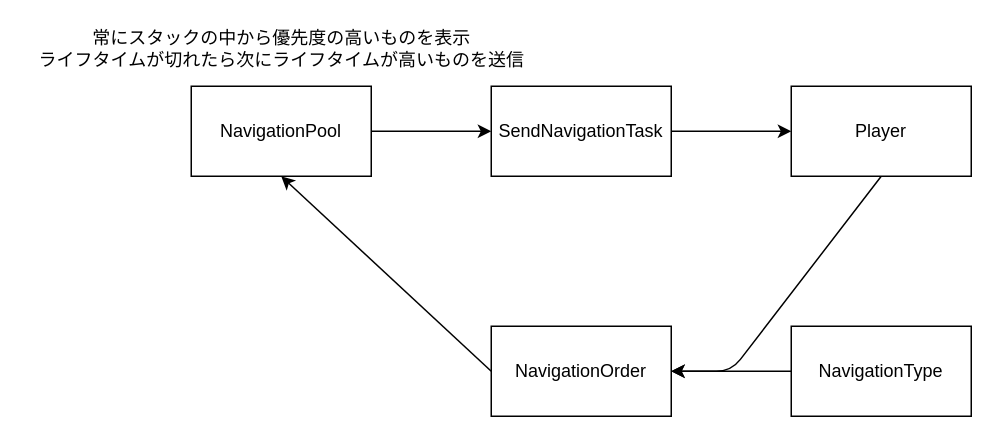
Above: map.dio in FallenDeadNetwork/Navigation (draw.io), before the change. Source tidied: cells renumbered, new cells numbered last; positions are measured from the earlier drawing's top-left corner, leaving out a move shared by most shapes. Both pictures are drawn from the tidied source at 150%, with x=0, y=0 at pixel (26, 26).
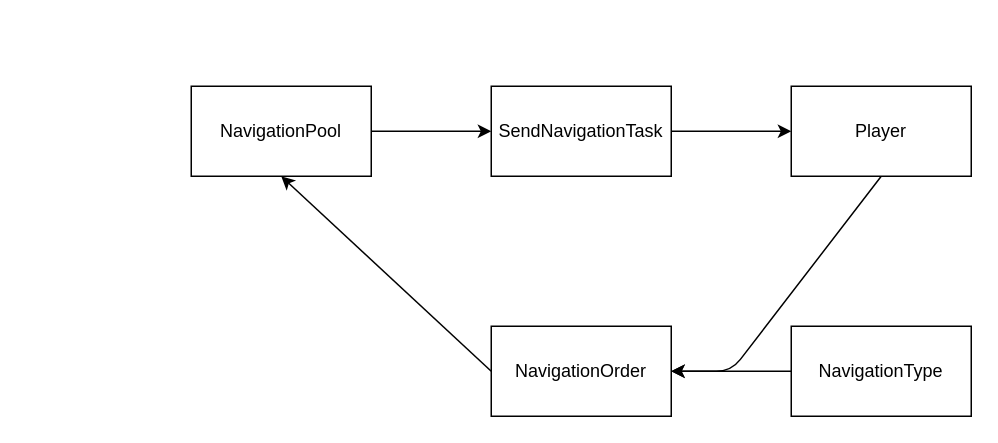
After the change.

What changed in the source:
```diff
@@
 <mxGraphModel>
   <root>
     <mxCell id="0" />
     <mxCell id="1" parent="0" />
     <mxCell id="2" style="edgeStyle=none;html=1;exitX=1;exitY=0.5;exitDx=0;exitDy=0;entryX=0;entryY=0.5;entryDx=0;entryDy=0;" parent="1" edge="1" source="3" target="7">
       <mxGeometry relative="1" as="geometry" />
     </mxCell>
     <mxCell id="3" value="SendNavigationTask" style="whiteSpace=wrap;html=1;" parent="1" vertex="1">
       <mxGeometry x="310" y="40" width="120" height="60" as="geometry" />
     </mxCell>
     <mxCell id="4" style="edgeStyle=none;html=1;exitX=1;exitY=0.5;exitDx=0;exitDy=0;entryX=0;entryY=0.5;entryDx=0;entryDy=0;" parent="1" edge="1" source="5" target="3">
       <mxGeometry relative="1" as="geometry" />
     </mxCell>
     <mxCell id="5" value="NavigationPool" style="whiteSpace=wrap;html=1;" parent="1" vertex="1">
       <mxGeometry x="110" y="40" width="120" height="60" as="geometry" />
     </mxCell>
     <mxCell id="6" style="edgeStyle=none;html=1;exitX=0.5;exitY=1;exitDx=0;exitDy=0;entryX=1;entryY=0.5;entryDx=0;entryDy=0;" parent="1" edge="1" source="7" target="9">
       <mxGeometry relative="1" as="geometry">
         <Array as="points">
           <mxPoint x="470" y="230" />
         </Array>
       </mxGeometry>
     </mxCell>
     <mxCell id="7" value="Player" style="whiteSpace=wrap;html=1;" parent="1" vertex="1">
       <mxGeometry x="510" y="40" width="120" height="60" as="geometry" />
     </mxCell>
     <mxCell id="8" style="edgeStyle=none;html=1;exitX=0;exitY=0.5;exitDx=0;exitDy=0;entryX=0.5;entryY=1;entryDx=0;entryDy=0;" parent="1" edge="1" source="9" target="5">
       <mxGeometry relative="1" as="geometry" />
     </mxCell>
     <mxCell id="9" value="NavigationOrder" style="whiteSpace=wrap;html=1;" parent="1" vertex="1">
       <mxGeometry x="310" y="200" width="120" height="60" as="geometry" />
     </mxCell>
     <mxCell id="10" style="edgeStyle=none;html=1;exitX=0;exitY=0.5;exitDx=0;exitDy=0;entryX=1;entryY=0.5;entryDx=0;entryDy=0;" parent="1" edge="1" source="11" target="9">
       <mxGeometry relative="1" as="geometry" />
     </mxCell>
     <mxCell id="11" value="NavigationType" style="whiteSpace=wrap;html=1;" parent="1" vertex="1">
       <mxGeometry x="510" y="200" width="120" height="60" as="geometry" />
     </mxCell>
-    <mxCell id="12" value="常にスタックの中から優先度の高いものを表示&lt;br&gt;ライフタイムが切れたら次にライフタイムが高いものを送信" style="text;html=1;align=center;verticalAlign=middle;strokeColor=none;fillColor=none;" parent="1" vertex="1">
-      <mxGeometry width="340" height="30" as="geometry" />
-    </mxCell>
   </root>
 </mxGraphModel>
```
